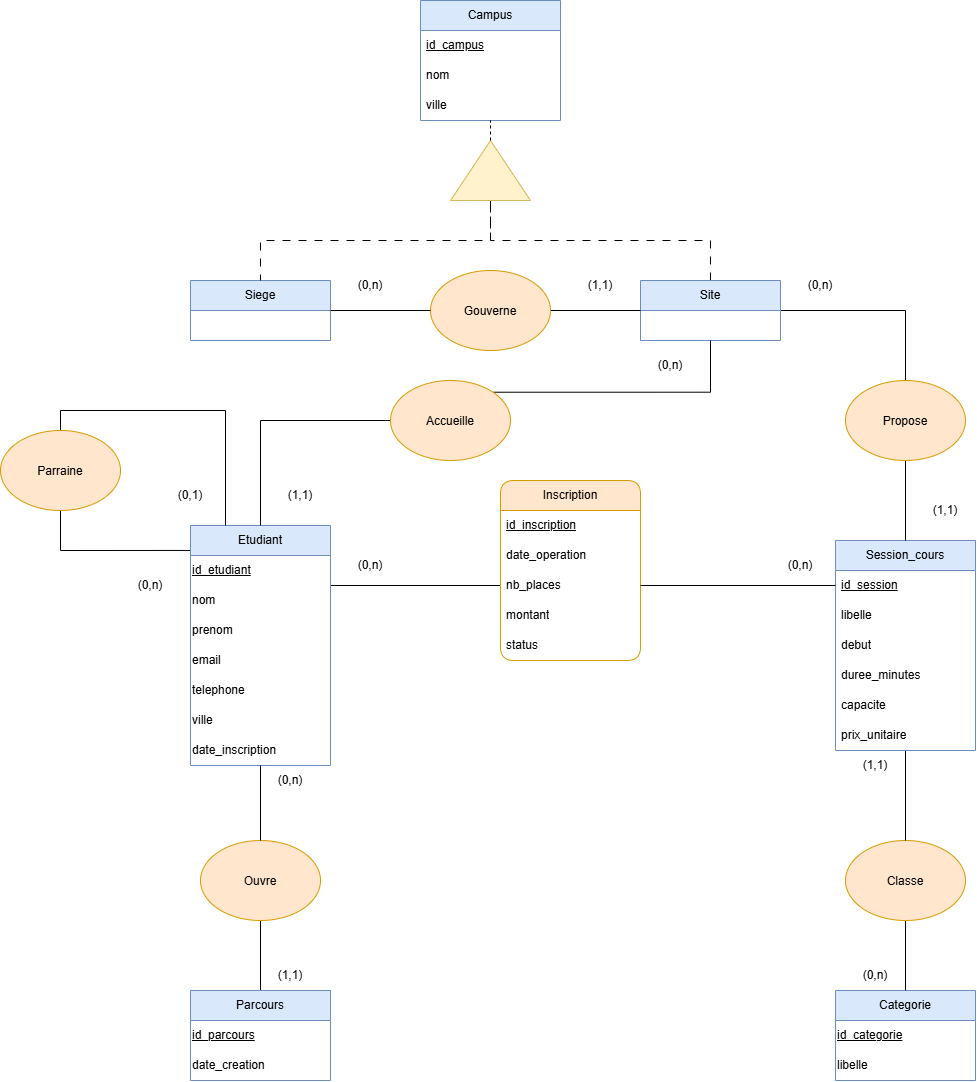
This is docs/L1_modele/modele E_A.png from philipdangpro/ecole_de_langues, a draw.io export, as it was before one commit. Source tidied: cells renumbered, new cells last; positions are measured from the earlier drawing's top-left corner, leaving out a move shared by most shapes.
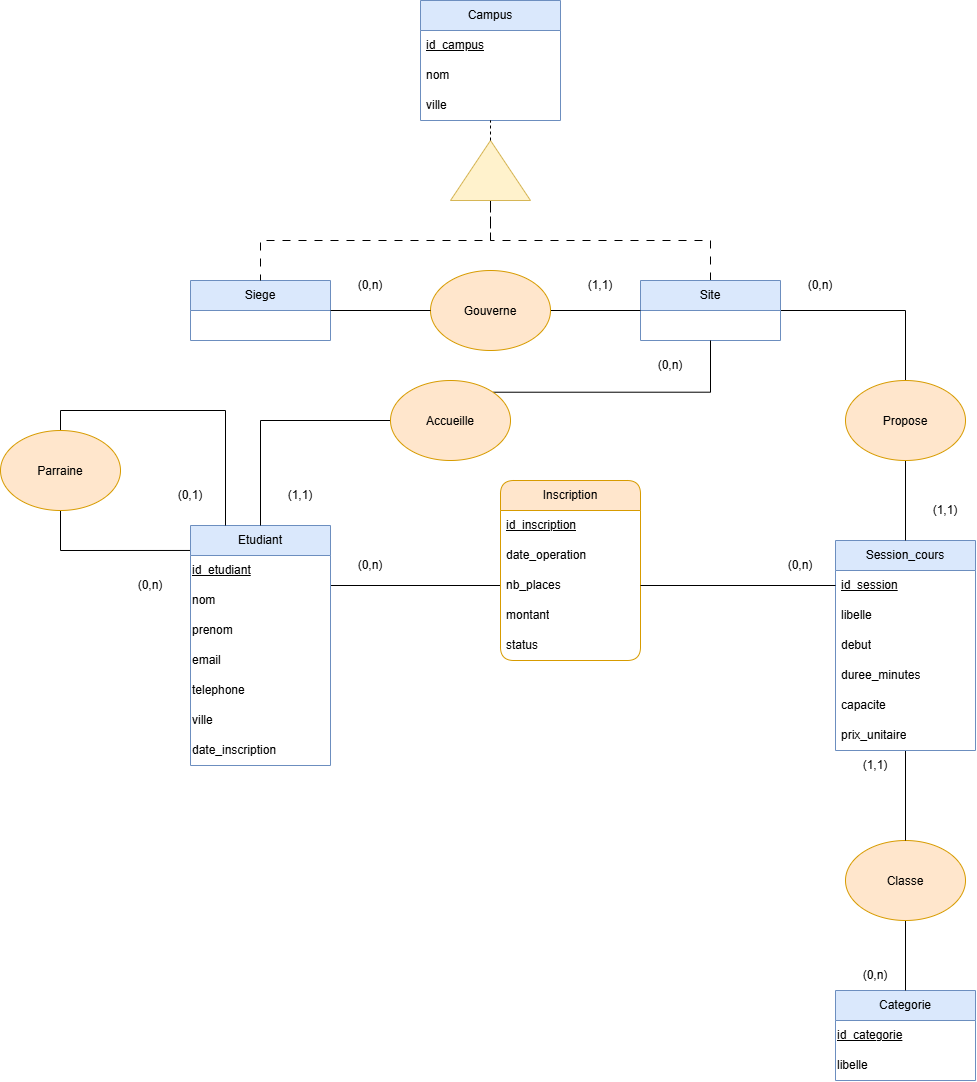
Later version of the same file.

What changed in the source:
```diff
@@ -83,12 +83,6 @@
     <mxCell id="28" value="libelle" style="text;html=1;whiteSpace=wrap;strokeColor=none;fillColor=none;align=left;verticalAlign=middle;rounded=0;" parent="26" vertex="1">
       <mxGeometry y="60" width="140" height="30" as="geometry" />
     </mxCell>
-    <mxCell id="29" style="edgeStyle=orthogonalEdgeStyle;rounded=0;jettySize=auto;html=1;exitX=0.5;exitY=1;exitDx=0;exitDy=0;defaultLabelBackgroundColor=page;endArrow=none;endFill=0;" parent="1" edge="1" source="30" target="38">
-      <mxGeometry relative="1" as="geometry" />
-    </mxCell>
-    <mxCell id="30" value="Ouvre" style="ellipse;whiteSpace=wrap;html=1;shapeInside=1;fillColor=#ffe6cc;strokeColor=#d79b00;" parent="1" vertex="1">
-      <mxGeometry x="200" y="840" width="120" height="80" as="geometry" />
-    </mxCell>
     <mxCell id="31" style="edgeStyle=orthogonalEdgeStyle;rounded=0;jettySize=auto;html=1;exitX=0.5;exitY=1;exitDx=0;exitDy=0;entryX=0.5;entryY=0;entryDx=0;entryDy=0;defaultLabelBackgroundColor=page;endArrow=none;endFill=0;" parent="1" edge="1" source="32" target="26">
       <mxGeometry relative="1" as="geometry" />
     </mxCell>
@@ -110,15 +104,6 @@
     <mxCell id="37" value="Accueille" style="ellipse;whiteSpace=wrap;html=1;shapeInside=1;fillColor=#ffe6cc;strokeColor=#d79b00;" parent="1" vertex="1">
       <mxGeometry x="390" y="380" width="120" height="80" as="geometry" />
     </mxCell>
-    <mxCell id="38" value="Parcours" style="swimlane;fontStyle=0;horizontal=1;startSize=30;whiteSpace=wrap;html=1;fillColor=#dae8fc;strokeColor=#6c8ebf;" parent="1" vertex="1">
-      <mxGeometry x="190" y="990" width="140" height="90" as="geometry" />
-    </mxCell>
-    <mxCell id="39" value="&lt;span style=&quot;text-align: center;&quot;&gt;&lt;u&gt;id_parcours&lt;/u&gt;&lt;/span&gt;" style="text;html=1;whiteSpace=wrap;strokeColor=none;fillColor=none;align=left;verticalAlign=middle;rounded=0;" parent="38" vertex="1">
-      <mxGeometry y="30" width="140" height="30" as="geometry" />
-    </mxCell>
-    <mxCell id="40" value="date_creation" style="text;html=1;whiteSpace=wrap;strokeColor=none;fillColor=none;align=left;verticalAlign=middle;rounded=0;" parent="38" vertex="1">
-      <mxGeometry y="60" width="140" height="30" as="geometry" />
-    </mxCell>
     <mxCell id="41" style="edgeStyle=orthogonalEdgeStyle;rounded=0;jettySize=auto;html=1;exitX=0.5;exitY=1;exitDx=0;exitDy=0;defaultLabelBackgroundColor=page;endArrow=none;endFill=0;" parent="1" edge="1" source="42" target="32">
       <mxGeometry relative="1" as="geometry" />
     </mxCell>
@@ -170,9 +155,6 @@
     <mxCell id="57" style="edgeStyle=orthogonalEdgeStyle;rounded=0;jettySize=auto;html=1;exitX=0;exitY=0.5;exitDx=0;exitDy=0;entryX=1;entryY=0.5;entryDx=0;entryDy=0;defaultLabelBackgroundColor=page;endArrow=none;endFill=0;" parent="1" edge="1" source="43" target="54">
       <mxGeometry relative="1" as="geometry" />
     </mxCell>
-    <mxCell id="58" style="edgeStyle=orthogonalEdgeStyle;rounded=0;jettySize=auto;html=1;exitX=0.5;exitY=1;exitDx=0;exitDy=0;entryX=0.5;entryY=0;entryDx=0;entryDy=0;defaultLabelBackgroundColor=page;endArrow=none;endFill=0;" parent="1" edge="1" source="25" target="30">
-      <mxGeometry relative="1" as="geometry" />
-    </mxCell>
     <mxCell id="59" style="edgeStyle=orthogonalEdgeStyle;rounded=0;orthogonalLoop=1;jettySize=auto;html=1;innerLoopWaypoints=1;exitX=0;exitY=0.5;exitDx=0;exitDy=0;defaultLabelBackgroundColor=page;" parent="1" edge="1" source="15" target="15">
       <mxGeometry relative="1" as="geometry" />
     </mxCell>
@@ -206,12 +188,6 @@
     <mxCell id="69" value="(0,n)" style="text;html=1;whiteSpace=wrap;strokeColor=none;fillColor=none;align=center;verticalAlign=middle;rounded=0;" parent="1" vertex="1">
       <mxGeometry x="340" y="550" width="60" height="30" as="geometry" />
     </mxCell>
-    <mxCell id="70" value="(0,n)" style="text;html=1;whiteSpace=wrap;strokeColor=none;fillColor=none;align=center;verticalAlign=middle;rounded=0;" parent="1" vertex="1">
-      <mxGeometry x="260" y="765" width="60" height="30" as="geometry" />
-    </mxCell>
-    <mxCell id="71" value="(1,1)" style="text;html=1;whiteSpace=wrap;strokeColor=none;fillColor=none;align=center;verticalAlign=middle;rounded=0;" parent="1" vertex="1">
-      <mxGeometry x="260" y="960" width="60" height="30" as="geometry" />
-    </mxCell>
     <mxCell id="72" value="(1,1)" style="text;html=1;whiteSpace=wrap;strokeColor=none;fillColor=none;align=center;verticalAlign=middle;rounded=0;" parent="1" vertex="1">
       <mxGeometry x="845" y="750" width="60" height="30" as="geometry" />
     </mxCell>
```
